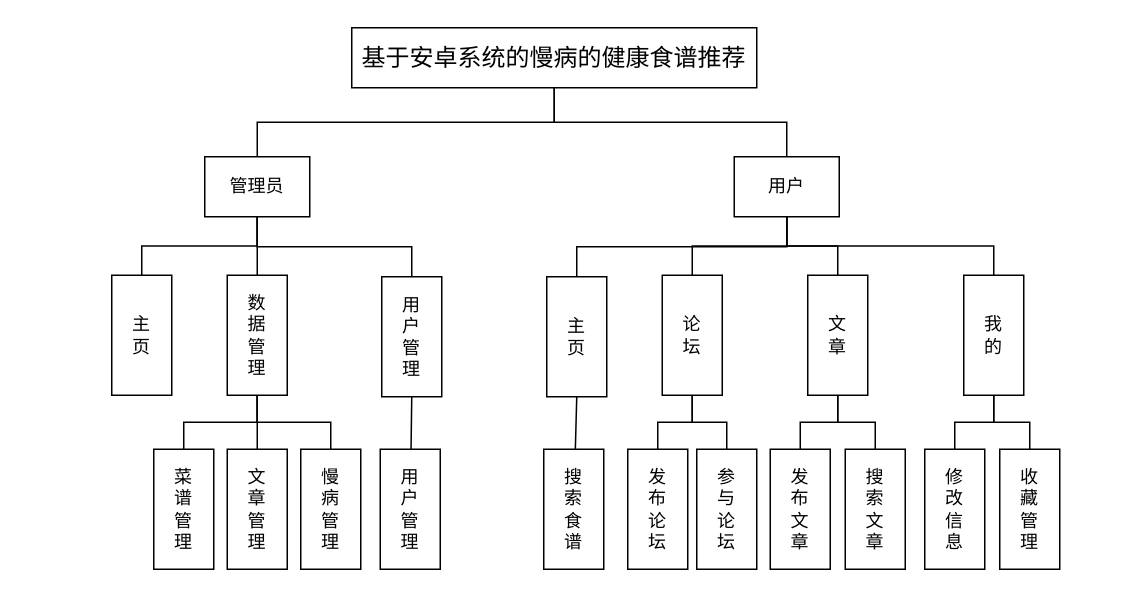
Above: 未命名绘图.drawio in mugeshanhai/java (draw.io), before the change. Source tidied: cells renumbered, new cells numbered last; positions are measured from the earlier drawing's top-left corner, leaving out a move shared by most shapes. Both pictures are drawn from the tidied source at 150%, with x=0, y=0 at pixel (111, 27).
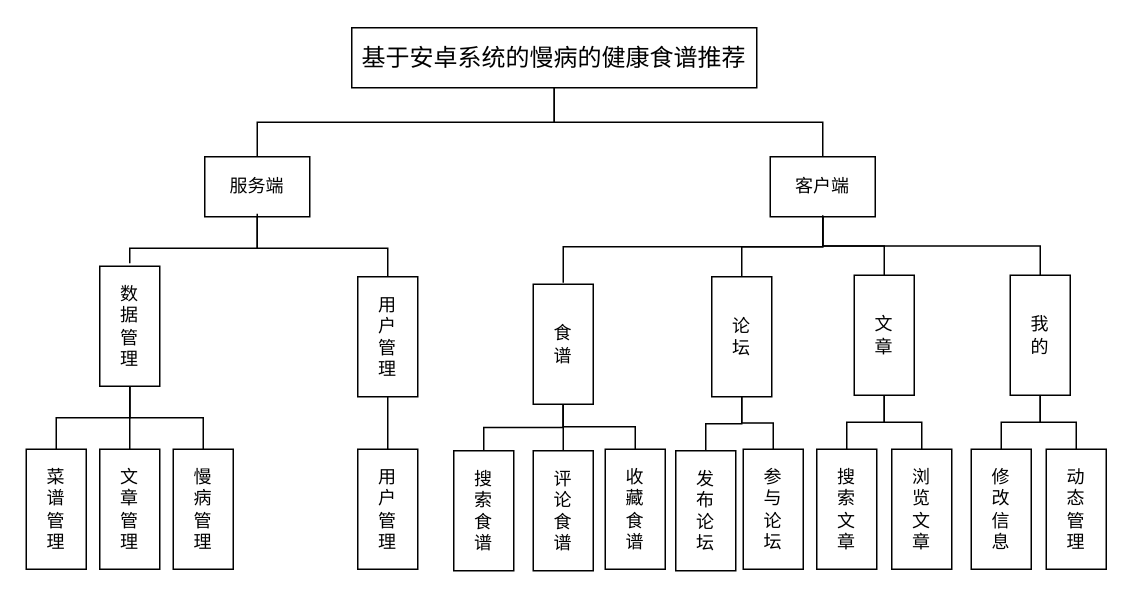
Above is the later version.

What changed in the source:
```diff
@@
-    <mxCell id="3" value="管理员" style="rounded=0;whiteSpace=wrap;html=1;" parent="1" vertex="1">
+    <mxCell id="3" value="服务端" style="rounded=0;whiteSpace=wrap;html=1;" parent="1" vertex="1">
       <mxGeometry x="62" y="86" width="70" height="40" as="geometry" />
     </mxCell>
-    <mxCell id="4" value="用户" style="rounded=0;whiteSpace=wrap;html=1;" parent="1" vertex="1">
-      <mxGeometry x="415" y="86" width="70" height="40" as="geometry" />
+    <mxCell id="4" value="客户端" style="rounded=0;whiteSpace=wrap;html=1;" parent="1" vertex="1">
+      <mxGeometry x="439" y="86" width="70" height="40" as="geometry" />
     </mxCell>
-    <mxCell id="5" value="主&lt;br&gt;页" style="rounded=0;whiteSpace=wrap;html=1;rotation=0;textDirection=ltr;direction=south;" parent="1" vertex="1">
-      <mxGeometry y="165" width="40" height="80" as="geometry" />
-    </mxCell>
     <mxCell id="6" value="用&lt;br&gt;户&lt;br&gt;管&lt;br&gt;理" style="rounded=0;whiteSpace=wrap;html=1;rotation=0;textDirection=ltr;direction=south;" parent="1" vertex="1">
-      <mxGeometry x="180" y="166" width="40" height="80" as="geometry" />
+      <mxGeometry x="164" y="166" width="40" height="80" as="geometry" />
     </mxCell>
     <mxCell id="7" value="菜&lt;br&gt;谱&lt;br&gt;管&lt;br&gt;理" style="rounded=0;whiteSpace=wrap;html=1;rotation=0;textDirection=ltr;direction=south;" parent="1" vertex="1">
-      <mxGeometry x="28" y="281" width="40" height="80" as="geometry" />
+      <mxGeometry x="-57" y="281" width="40" height="80" as="geometry" />
     </mxCell>
     <mxCell id="8" value="文&lt;br&gt;章&lt;br&gt;管&lt;br&gt;理" style="rounded=0;whiteSpace=wrap;html=1;rotation=0;textDirection=ltr;direction=south;" parent="1" vertex="1">
-      <mxGeometry x="77" y="281" width="40" height="80" as="geometry" />
+      <mxGeometry x="-8" y="281" width="40" height="80" as="geometry" />
     </mxCell>
     <mxCell id="9" value="数&lt;br&gt;据&lt;br&gt;管&lt;br&gt;理" style="rounded=0;whiteSpace=wrap;html=1;rotation=0;textDirection=ltr;direction=south;" parent="1" vertex="1">
-      <mxGeometry x="77" y="165" width="40" height="80" as="geometry" />
+      <mxGeometry x="-8" y="159" width="40" height="80" as="geometry" />
     </mxCell>
     <mxCell id="10" value="慢&lt;br&gt;病&lt;br&gt;管&lt;br&gt;理" style="rounded=0;whiteSpace=wrap;html=1;rotation=0;textDirection=ltr;direction=south;" parent="1" vertex="1">
-      <mxGeometry x="126" y="281" width="40" height="80" as="geometry" />
+      <mxGeometry x="41" y="281" width="40" height="80" as="geometry" />
     </mxCell>
     <mxCell id="11" value="用&lt;br&gt;户&lt;br&gt;管&lt;br&gt;理" style="rounded=0;whiteSpace=wrap;html=1;rotation=0;textDirection=ltr;direction=south;" parent="1" vertex="1">
-      <mxGeometry x="179" y="281" width="40" height="80" as="geometry" />
+      <mxGeometry x="164" y="281" width="40" height="80" as="geometry" />
     </mxCell>
-    <mxCell id="12" value="主&lt;br&gt;页" style="rounded=0;whiteSpace=wrap;html=1;rotation=0;textDirection=ltr;direction=south;" parent="1" vertex="1">
-      <mxGeometry x="290" y="166" width="40" height="80" as="geometry" />
+    <mxCell id="12" value="食&lt;br&gt;谱" style="rounded=0;whiteSpace=wrap;html=1;rotation=0;textDirection=ltr;direction=south;" parent="1" vertex="1">
+      <mxGeometry x="281" y="171" width="40" height="80" as="geometry" />
     </mxCell>
     <mxCell id="13" value="论&lt;br&gt;坛" style="rounded=0;whiteSpace=wrap;html=1;rotation=0;textDirection=ltr;direction=south;" parent="1" vertex="1">
-      <mxGeometry x="367" y="165" width="40" height="80" as="geometry" />
+      <mxGeometry x="400" y="166" width="40" height="80" as="geometry" />
     </mxCell>
     <mxCell id="14" value="文&lt;br&gt;章" style="rounded=0;whiteSpace=wrap;html=1;rotation=0;textDirection=ltr;direction=south;" parent="1" vertex="1">
-      <mxGeometry x="464" y="165" width="40" height="80" as="geometry" />
+      <mxGeometry x="495" y="165" width="40" height="80" as="geometry" />
     </mxCell>
     <mxCell id="15" value="我&lt;br&gt;的" style="rounded=0;whiteSpace=wrap;html=1;rotation=0;textDirection=ltr;direction=south;" parent="1" vertex="1">
-      <mxGeometry x="568" y="165" width="40" height="80" as="geometry" />
+      <mxGeometry x="599" y="165" width="40" height="80" as="geometry" />
     </mxCell>
     <mxCell id="16" value="发&lt;br&gt;布&lt;br&gt;论&lt;br&gt;坛" style="rounded=0;whiteSpace=wrap;html=1;rotation=0;textDirection=ltr;direction=south;" parent="1" vertex="1">
-      <mxGeometry x="344" y="281" width="40" height="80" as="geometry" />
+      <mxGeometry x="376" y="282" width="40" height="80" as="geometry" />
     </mxCell>
     <mxCell id="17" value="参&lt;br&gt;与&lt;br&gt;论&lt;br&gt;坛" style="rounded=0;whiteSpace=wrap;html=1;rotation=0;textDirection=ltr;direction=south;" parent="1" vertex="1">
-      <mxGeometry x="390" y="281" width="40" height="80" as="geometry" />
+      <mxGeometry x="421" y="281" width="40" height="80" as="geometry" />
     </mxCell>
-    <mxCell id="18" value="发&lt;br&gt;布&lt;br&gt;文&lt;br&gt;章" style="rounded=0;whiteSpace=wrap;html=1;rotation=0;textDirection=ltr;direction=south;" parent="1" vertex="1">
-      <mxGeometry x="439" y="281" width="40" height="80" as="geometry" />
+    <mxCell id="18" value="搜&lt;br&gt;索&lt;br&gt;文&lt;br&gt;章" style="rounded=0;whiteSpace=wrap;html=1;rotation=0;textDirection=ltr;direction=south;" parent="1" vertex="1">
+      <mxGeometry x="470" y="281" width="40" height="80" as="geometry" />
     </mxCell>
-    <mxCell id="19" value="搜&lt;br&gt;索&lt;br&gt;文&lt;br&gt;章" style="rounded=0;whiteSpace=wrap;html=1;rotation=0;textDirection=ltr;direction=south;" parent="1" vertex="1">
-      <mxGeometry x="489" y="281" width="40" height="80" as="geometry" />
+    <mxCell id="19" value="浏&lt;br&gt;览&lt;br&gt;文&lt;br&gt;章" style="rounded=0;whiteSpace=wrap;html=1;rotation=0;textDirection=ltr;direction=south;" parent="1" vertex="1">
+      <mxGeometry x="520" y="281" width="40" height="80" as="geometry" />
     </mxCell>
     <mxCell id="20" value="修&lt;br&gt;改&lt;br&gt;信&lt;br&gt;息" style="rounded=0;whiteSpace=wrap;html=1;rotation=0;textDirection=ltr;direction=south;" parent="1" vertex="1">
-      <mxGeometry x="542" y="281" width="40" height="80" as="geometry" />
+      <mxGeometry x="573" y="281" width="40" height="80" as="geometry" />
     </mxCell>
-    <mxCell id="21" value="收&lt;br&gt;藏&lt;br&gt;管&lt;br&gt;理" style="rounded=0;whiteSpace=wrap;html=1;rotation=0;textDirection=ltr;direction=south;" parent="1" vertex="1">
-      <mxGeometry x="592" y="281" width="40" height="80" as="geometry" />
+    <mxCell id="21" value="动&lt;br&gt;态&lt;br&gt;管&lt;br&gt;理" style="rounded=0;whiteSpace=wrap;html=1;rotation=0;textDirection=ltr;direction=south;" parent="1" vertex="1">
+      <mxGeometry x="623" y="281" width="40" height="80" as="geometry" />
     </mxCell>
@@
     <mxCell id="24" value="搜&lt;br&gt;索&lt;br&gt;食&lt;br&gt;谱" style="rounded=0;whiteSpace=wrap;html=1;rotation=0;textDirection=ltr;direction=south;" parent="1" vertex="1">
-      <mxGeometry x="288" y="281" width="40" height="80" as="geometry" />
+      <mxGeometry x="228" y="282" width="40" height="80" as="geometry" />
     </mxCell>
-    <mxCell id="25" style="endArrow=none;html=1;strokeColor=#000000;entryX=0.5;entryY=1;entryDx=0;entryDy=0;exitX=0;exitY=0.5;exitDx=0;exitDy=0;edgeStyle=orthogonalEdgeStyle;rounded=0;" parent="1" edge="1" source="5" target="3">
-      <mxGeometry relative="1" as="geometry" />
-    </mxCell>
-    <mxCell id="26" style="endArrow=none;html=1;strokeColor=#000000;entryX=0.5;entryY=1;entryDx=0;entryDy=0;" parent="1" edge="1" source="9" target="3">
-      <mxGeometry relative="1" as="geometry" />
+    <mxCell id="26" style="endArrow=none;html=1;strokeColor=#000000;entryX=0.5;entryY=1;entryDx=0;entryDy=0;exitX=0;exitY=0.5;exitDx=0;exitDy=0;edgeStyle=orthogonalEdgeStyle;rounded=0;" parent="1" edge="1">
+      <mxGeometry relative="1" as="geometry">
+        <mxPoint x="12" y="157" as="sourcePoint" />
+        <mxPoint x="97" y="124" as="targetPoint" />
+        <Array as="points">
+          <mxPoint x="12" y="147" />
+          <mxPoint x="97" y="147" />
+        </Array>
+      </mxGeometry>
     </mxCell>
     <mxCell id="27" style="endArrow=none;html=1;strokeColor=#000000;entryX=0.5;entryY=1;entryDx=0;entryDy=0;exitX=0;exitY=0.5;exitDx=0;exitDy=0;edgeStyle=orthogonalEdgeStyle;rounded=0;" parent="1" edge="1" source="6" target="3">
-      <mxGeometry relative="1" as="geometry" />
+      <mxGeometry relative="1" as="geometry">
+        <Array as="points">
+          <mxPoint x="184" y="147" />
+          <mxPoint x="97" y="147" />
+        </Array>
+      </mxGeometry>
     </mxCell>
@@
-    <mxCell id="32" style="endArrow=none;html=1;strokeColor=#000000;entryX=0.5;entryY=1;entryDx=0;entryDy=0;exitX=0;exitY=0.5;exitDx=0;exitDy=0;edgeStyle=orthogonalEdgeStyle;rounded=0;" parent="1" edge="1" source="12" target="4">
-      <mxGeometry relative="1" as="geometry" />
+    <mxCell id="32" style="endArrow=none;html=1;strokeColor=#000000;entryX=0.5;entryY=1;entryDx=0;entryDy=0;exitX=0;exitY=0.5;exitDx=0;exitDy=0;edgeStyle=orthogonalEdgeStyle;rounded=0;" parent="1" edge="1">
+      <mxGeometry relative="1" as="geometry">
+        <mxPoint x="301" y="170" as="sourcePoint" />
+        <mxPoint x="474" y="125" as="targetPoint" />
+        <Array as="points">
+          <mxPoint x="301" y="146" />
+          <mxPoint x="474" y="146" />
+        </Array>
+      </mxGeometry>
     </mxCell>
@@
-    <mxCell id="36" style="endArrow=none;html=1;strokeColor=#000000;entryX=1;entryY=0.5;entryDx=0;entryDy=0;" parent="1" edge="1" source="24" target="12">
+    <mxCell id="36" style="endArrow=none;html=1;strokeColor=#000000;entryX=1;entryY=0.5;entryDx=0;entryDy=0;exitX=0;exitY=0.5;exitDx=0;exitDy=0;rounded=0;edgeStyle=orthogonalEdgeStyle;" parent="1" edge="1" source="24" target="12">
       <mxGeometry relative="1" as="geometry" />
     </mxCell>
@@
+    <mxCell id="43" value="评&lt;br&gt;论&lt;br&gt;食&lt;br&gt;谱" style="rounded=0;whiteSpace=wrap;html=1;rotation=0;textDirection=ltr;direction=south;" parent="1" vertex="1">
+      <mxGeometry x="281" y="282" width="40" height="80" as="geometry" />
+    </mxCell>
+    <mxCell id="44" value="收&lt;br&gt;藏&lt;br&gt;食&lt;br&gt;谱" style="rounded=0;whiteSpace=wrap;html=1;rotation=0;textDirection=ltr;direction=south;" parent="1" vertex="1">
+      <mxGeometry x="329" y="281" width="40" height="80" as="geometry" />
+    </mxCell>
+    <mxCell id="45" style="endArrow=none;html=1;strokeColor=#000000;exitX=1;exitY=0.5;exitDx=0;exitDy=0;edgeStyle=orthogonalEdgeStyle;rounded=0;" parent="1" edge="1" source="12" target="43">
+      <mxGeometry relative="1" as="geometry" />
+    </mxCell>
+    <mxCell id="46" style="endArrow=none;html=1;strokeColor=#000000;exitX=1;exitY=0.5;exitDx=0;exitDy=0;entryX=0;entryY=0.5;entryDx=0;entryDy=0;edgeStyle=orthogonalEdgeStyle;rounded=0;" parent="1" edge="1" source="12" target="44">
+      <mxGeometry relative="1" as="geometry" />
+    </mxCell>
```
